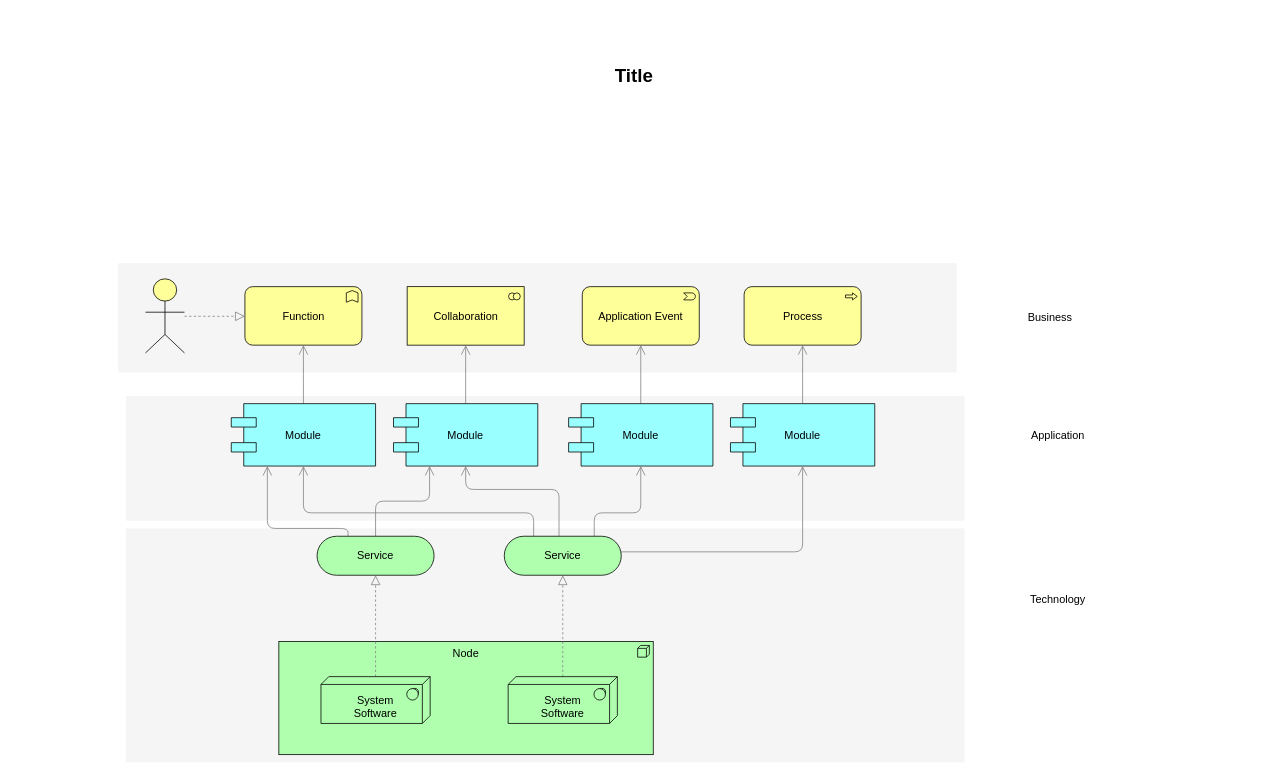
Above: Untitled Diagram.drawio in eden2f/diagrams (draw.io), before the change. Source tidied: cells renumbered, new cells numbered last; positions are measured from the earlier drawing's top-left corner, leaving out a move shared by most shapes. Both pictures are drawn from the tidied source at 78%, with x=0, y=0 at pixel (13, 60).
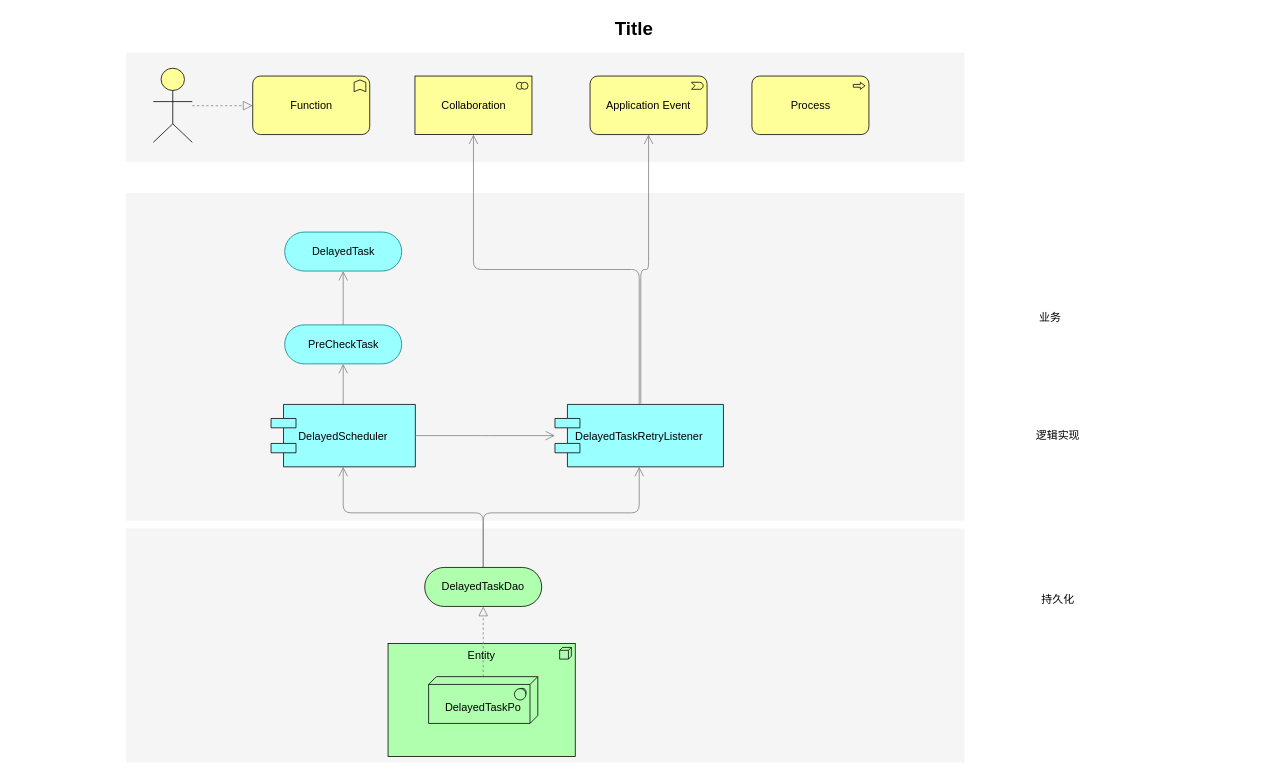
The same diagram, later.

What changed in the source:
```diff
@@
     <mxCell id="3" style="whiteSpace=wrap;html=1;strokeColor=none;strokeWidth=1;fillColor=#f5f5f5;fontSize=14;" parent="1" vertex="1">
-      <mxGeometry x="144" y="430" width="1075" height="160" as="geometry" />
+      <mxGeometry x="144" y="170" width="1075" height="420" as="geometry" />
     </mxCell>
     <mxCell id="4" style="whiteSpace=wrap;html=1;strokeColor=none;strokeWidth=1;fillColor=#f5f5f5;fontSize=14;" parent="1" vertex="1">
-      <mxGeometry x="134" y="260" width="1075" height="140" as="geometry" />
+      <mxGeometry x="144" y="-10" width="1075" height="140" as="geometry" />
     </mxCell>
-    <mxCell id="5" value="Node" style="html=1;whiteSpace=wrap;fillColor=#AFFFAF;shape=mxgraph.archimate3.application;appType=node;archiType=square;fontSize=14;verticalAlign=top;" parent="1" vertex="1">
-      <mxGeometry x="340" y="745" width="480" height="145" as="geometry" />
+    <mxCell id="5" value="Entity" style="html=1;whiteSpace=wrap;fillColor=#AFFFAF;shape=mxgraph.archimate3.application;appType=node;archiType=square;fontSize=14;verticalAlign=top;" parent="1" vertex="1">
+      <mxGeometry x="480" y="747.5" width="240" height="145" as="geometry" />
     </mxCell>
@@
-    <mxCell id="7" value="&lt;div&gt;&lt;br&gt;&lt;/div&gt;System&lt;div&gt;Software&lt;/div&gt;" style="html=1;whiteSpace=wrap;fillColor=#AFFFAF;shape=mxgraph.archimate3.tech;techType=sysSw;fontSize=14;" parent="1" vertex="1">
-      <mxGeometry x="394" y="790" width="140" height="60" as="geometry" />
+    <mxCell id="7" value="&lt;div&gt;&lt;br&gt;&lt;/div&gt;DelayedTaskPo" style="html=1;whiteSpace=wrap;fillColor=#AFFFAF;shape=mxgraph.archimate3.tech;techType=sysSw;fontSize=14;" parent="1" vertex="1">
+      <mxGeometry x="532" y="790" width="140" height="60" as="geometry" />
     </mxCell>
-    <mxCell id="8" style="edgeStyle=elbowEdgeStyle;rounded=1;elbow=vertical;html=1;startSize=10;endArrow=block;endFill=0;endSize=10;jettySize=auto;strokeColor=#808080;fontSize=14;dashed=1;" parent="1" edge="1" source="9" target="17">
-      <mxGeometry relative="1" as="geometry" />
-    </mxCell>
-    <mxCell id="9" value="&lt;div&gt;&lt;br&gt;&lt;/div&gt;&lt;div&gt;&lt;span&gt;System&lt;/span&gt;&lt;div&gt;Software&lt;/div&gt;&lt;/div&gt;" style="html=1;whiteSpace=wrap;fillColor=#AFFFAF;shape=mxgraph.archimate3.tech;techType=sysSw;fontSize=14;" parent="1" vertex="1">
-      <mxGeometry x="634" y="790" width="140" height="60" as="geometry" />
-    </mxCell>
-    <mxCell id="10" style="edgeStyle=elbowEdgeStyle;rounded=1;elbow=vertical;html=1;startSize=10;endArrow=open;endFill=0;endSize=10;jettySize=auto;strokeColor=#808080;fontSize=14;entryX=0.25;entryY=1;" parent="1" edge="1" source="12" target="21">
-      <mxGeometry relative="1" as="geometry" />
+    <mxCell id="10" style="edgeStyle=elbowEdgeStyle;rounded=1;elbow=vertical;html=1;startSize=10;endArrow=open;endFill=0;endSize=10;jettySize=auto;strokeColor=#808080;fontSize=14;entryX=0.5;entryY=1;entryDx=0;entryDy=0;" parent="1" edge="1" source="12" target="21">
+      <mxGeometry relative="1" as="geometry">
+        <Array as="points">
+          <mxPoint x="700" y="580" />
+        </Array>
+      </mxGeometry>
     </mxCell>
-    <mxCell id="11" style="edgeStyle=elbowEdgeStyle;rounded=1;elbow=vertical;html=1;startSize=10;endArrow=open;endFill=0;endSize=10;jettySize=auto;strokeColor=#808080;fontSize=14;entryX=0.25;entryY=1;exitX=0.265;exitY=0.007;exitPerimeter=0;" parent="1" edge="1" source="12" target="19">
+    <mxCell id="11" style="edgeStyle=elbowEdgeStyle;rounded=1;elbow=vertical;html=1;startSize=10;endArrow=open;endFill=0;endSize=10;jettySize=auto;strokeColor=#808080;fontSize=14;exitX=0.5;exitY=0;exitPerimeter=0;entryX=0.5;entryY=1;entryDx=0;entryDy=0;exitDx=0;exitDy=0;" parent="1" edge="1" source="12" target="19">
       <mxGeometry relative="1" as="geometry">
         <Array as="points">
-          <mxPoint x="372" y="600" />
+          <mxPoint x="510" y="580" />
         </Array>
       </mxGeometry>
     </mxCell>
-    <mxCell id="12" value="Service" style="html=1;whiteSpace=wrap;fillColor=#AFFFAF;shape=mxgraph.archimate3.service;fontSize=14;" parent="1" vertex="1">
-      <mxGeometry x="389" y="610" width="150" height="50" as="geometry" />
+    <mxCell id="12" value="DelayedTaskDao" style="html=1;whiteSpace=wrap;fillColor=#AFFFAF;shape=mxgraph.archimate3.service;fontSize=14;" parent="1" vertex="1">
+      <mxGeometry x="527" y="650" width="150" height="50" as="geometry" />
     </mxCell>
-    <mxCell id="13" style="edgeStyle=elbowEdgeStyle;rounded=1;elbow=vertical;html=1;startSize=10;endArrow=open;endFill=0;endSize=10;jettySize=auto;strokeColor=#808080;fontSize=14;" parent="1" edge="1" source="17" target="25">
-      <mxGeometry relative="1" as="geometry">
-        <Array as="points">
-          <mxPoint x="859" y="630" />
-        </Array>
-      </mxGeometry>
-    </mxCell>
-    <mxCell id="14" style="edgeStyle=elbowEdgeStyle;rounded=1;elbow=vertical;html=1;startSize=10;endArrow=open;endFill=0;endSize=10;jettySize=auto;strokeColor=#808080;fontSize=14;entryX=0.5;entryY=1;exitX=0.769;exitY=0.025;exitPerimeter=0;" parent="1" edge="1" source="17" target="23">
-      <mxGeometry relative="1" as="geometry">
-        <Array as="points">
-          <mxPoint x="759" y="580" />
-        </Array>
-      </mxGeometry>
-    </mxCell>
-    <mxCell id="15" style="edgeStyle=elbowEdgeStyle;rounded=1;elbow=vertical;html=1;startSize=10;endArrow=open;endFill=0;endSize=10;jettySize=auto;strokeColor=#808080;fontSize=14;entryX=0.5;entryY=1;exitX=0.468;exitY=0.025;exitPerimeter=0;" parent="1" edge="1" source="17" target="21">
-      <mxGeometry relative="1" as="geometry">
-        <Array as="points">
-          <mxPoint x="649" y="550" />
-        </Array>
-      </mxGeometry>
-    </mxCell>
-    <mxCell id="16" style="edgeStyle=elbowEdgeStyle;rounded=1;elbow=vertical;html=1;startSize=10;endArrow=open;endFill=0;endSize=10;jettySize=auto;strokeColor=#808080;fontSize=14;exitX=0.251;exitY=0.002;exitPerimeter=0;" parent="1" edge="1" source="17" target="19">
-      <mxGeometry relative="1" as="geometry">
-        <Array as="points">
-          <mxPoint x="539" y="580" />
-        </Array>
-      </mxGeometry>
-    </mxCell>
-    <mxCell id="17" value="Service" style="html=1;whiteSpace=wrap;fillColor=#AFFFAF;shape=mxgraph.archimate3.service;fontSize=14;" parent="1" vertex="1">
-      <mxGeometry x="629" y="610" width="150" height="50" as="geometry" />
-    </mxCell>
-    <mxCell id="18" style="edgeStyle=elbowEdgeStyle;rounded=1;elbow=vertical;html=1;startSize=10;endArrow=open;endFill=0;endSize=10;jettySize=auto;strokeColor=#808080;fontSize=14;" parent="1" edge="1" source="19" target="26">
+    <mxCell id="18" style="edgeStyle=elbowEdgeStyle;rounded=1;elbow=vertical;html=1;startSize=10;endArrow=open;endFill=0;endSize=10;jettySize=auto;strokeColor=#808080;fontSize=14;entryX=0.5;entryY=1;entryDx=0;entryDy=0;entryPerimeter=0;" parent="1" edge="1" source="19" target="36">
       <mxGeometry relative="1" as="geometry" />
     </mxCell>
-    <mxCell id="19" value="Module" style="shape=component;align=center;fillColor=#99ffff;gradientColor=none;fontSize=14;" parent="1" vertex="1">
-      <mxGeometry x="279" y="440" width="185" height="80" as="geometry" />
+    <mxCell id="19" value="DelayedScheduler" style="shape=component;align=center;fillColor=#99ffff;gradientColor=none;fontSize=14;" parent="1" vertex="1">
+      <mxGeometry x="330" y="441" width="185" height="80" as="geometry" />
     </mxCell>
@@
-    <mxCell id="21" value="Module" style="shape=component;align=center;fillColor=#99ffff;gradientColor=none;fontSize=14;" parent="1" vertex="1">
-      <mxGeometry x="487" y="440" width="185" height="80" as="geometry" />
+    <mxCell id="21" value="DelayedTaskRetryListener" style="shape=component;align=center;fillColor=#99ffff;gradientColor=none;fontSize=14;" parent="1" vertex="1">
+      <mxGeometry x="694" y="441" width="216" height="80" as="geometry" />
     </mxCell>
-    <mxCell id="22" style="edgeStyle=elbowEdgeStyle;rounded=1;elbow=vertical;html=1;startSize=10;endArrow=open;endFill=0;endSize=10;jettySize=auto;strokeColor=#808080;fontSize=14;" parent="1" edge="1" source="23" target="28">
-      <mxGeometry relative="1" as="geometry" />
+    <mxCell id="22" style="edgeStyle=elbowEdgeStyle;rounded=1;elbow=vertical;html=1;startSize=10;endArrow=open;endFill=0;endSize=10;jettySize=auto;strokeColor=#808080;fontSize=14;" parent="1" edge="1" target="28">
+      <mxGeometry relative="1" as="geometry">
+        <mxPoint x="804" y="440" as="sourcePoint" />
+      </mxGeometry>
     </mxCell>
-    <mxCell id="23" value="Module" style="shape=component;align=center;fillColor=#99ffff;gradientColor=none;fontSize=14;" parent="1" vertex="1">
-      <mxGeometry x="711.5" y="440" width="185" height="80" as="geometry" />
-    </mxCell>
-    <mxCell id="24" style="edgeStyle=elbowEdgeStyle;rounded=1;elbow=vertical;html=1;startSize=10;endArrow=open;endFill=0;endSize=10;jettySize=auto;strokeColor=#808080;fontSize=14;" parent="1" edge="1" source="25" target="29">
+    <mxCell id="24" style="edgeStyle=elbowEdgeStyle;rounded=1;elbow=vertical;html=1;startSize=10;endArrow=open;endFill=0;endSize=10;jettySize=auto;strokeColor=#808080;fontSize=14;" parent="1" edge="1" source="36" target="37">
       <mxGeometry relative="1" as="geometry" />
     </mxCell>
-    <mxCell id="25" value="Module" style="shape=component;align=center;fillColor=#99ffff;gradientColor=none;fontSize=14;" parent="1" vertex="1">
-      <mxGeometry x="919" y="440" width="185" height="80" as="geometry" />
-    </mxCell>
     <mxCell id="26" value="Function" style="html=1;whiteSpace=wrap;fillColor=#ffff99;shape=mxgraph.archimate3.application;appType=func;archiType=rounded;fontSize=14;" parent="1" vertex="1">
-      <mxGeometry x="296.5" y="290" width="150" height="75" as="geometry" />
+      <mxGeometry x="306.5" y="20" width="150" height="75" as="geometry" />
     </mxCell>
     <mxCell id="27" value="Collaboration" style="html=1;whiteSpace=wrap;fillColor=#ffff99;shape=mxgraph.archimate3.application;appType=collab;archiType=square;fontSize=14;" parent="1" vertex="1">
-      <mxGeometry x="504.5" y="290" width="150" height="75" as="geometry" />
+      <mxGeometry x="514.5" y="20" width="150" height="75" as="geometry" />
     </mxCell>
     <mxCell id="28" value="Application Event" style="html=1;whiteSpace=wrap;fillColor=#ffff99;shape=mxgraph.archimate3.application;appType=event;archiType=rounded;fontSize=14;" parent="1" vertex="1">
-      <mxGeometry x="729" y="290" width="150" height="75" as="geometry" />
+      <mxGeometry x="739" y="20" width="150" height="75" as="geometry" />
     </mxCell>
     <mxCell id="29" value="Process" style="html=1;whiteSpace=wrap;fillColor=#ffff99;shape=mxgraph.archimate3.application;appType=proc;archiType=rounded;fontSize=14;" parent="1" vertex="1">
-      <mxGeometry x="936.5" y="290" width="150" height="75" as="geometry" />
+      <mxGeometry x="946.5" y="20" width="150" height="75" as="geometry" />
     </mxCell>
-    <mxCell id="30" value="Technology" style="text;html=1;strokeColor=none;fillColor=none;align=center;verticalAlign=middle;whiteSpace=wrap;fontSize=14;" parent="1" vertex="1">
+    <mxCell id="30" value="持久化" style="text;html=1;strokeColor=none;fillColor=none;align=center;verticalAlign=middle;whiteSpace=wrap;fontSize=14;" parent="1" vertex="1">
       <mxGeometry x="1219" y="681" width="240" height="20" as="geometry" />
     </mxCell>
-    <mxCell id="31" value="Application" style="text;html=1;strokeColor=none;fillColor=none;align=center;verticalAlign=middle;whiteSpace=wrap;fontSize=14;" parent="1" vertex="1">
+    <mxCell id="31" value="逻辑实现" style="text;html=1;strokeColor=none;fillColor=none;align=center;verticalAlign=middle;whiteSpace=wrap;fontSize=14;" parent="1" vertex="1">
       <mxGeometry x="1219" y="471" width="240" height="20" as="geometry" />
     </mxCell>
-    <mxCell id="32" value="Business" style="text;html=1;strokeColor=none;fillColor=none;align=center;verticalAlign=middle;whiteSpace=wrap;fontSize=14;" parent="1" vertex="1">
+    <mxCell id="32" value="业务" style="text;html=1;strokeColor=none;fillColor=none;align=center;verticalAlign=middle;whiteSpace=wrap;fontSize=14;" parent="1" vertex="1">
       <mxGeometry x="1209" y="319" width="240" height="20" as="geometry" />
     </mxCell>
@@
     <mxCell id="34" style="html=1;whiteSpace=wrap;fillColor=#ffff99;shape=mxgraph.archimate3.actor;fontSize=14;" parent="1" vertex="1">
-      <mxGeometry x="169" y="280" width="50" height="95" as="geometry" />
+      <mxGeometry x="179" y="10" width="50" height="95" as="geometry" />
     </mxCell>
     <mxCell id="35" value="Title" style="text;strokeColor=none;fillColor=none;html=1;fontSize=24;fontStyle=1;verticalAlign=middle;align=center;" parent="1" vertex="1">
-      <mxGeometry width="1590" height="40" as="geometry" />
+      <mxGeometry y="-60" width="1590" height="40" as="geometry" />
     </mxCell>
+    <mxCell id="36" value="PreCheckTask" style="html=1;whiteSpace=wrap;shape=mxgraph.archimate3.service;fontSize=14;strokeColor=#0e8088;fillColor=#99FFFF;" parent="1" vertex="1">
+      <mxGeometry x="347.5" y="339" width="150" height="50" as="geometry" />
+    </mxCell>
+    <mxCell id="37" value="DelayedTask" style="html=1;whiteSpace=wrap;shape=mxgraph.archimate3.service;fontSize=14;strokeColor=#0e8088;fillColor=#99FFFF;" parent="1" vertex="1">
+      <mxGeometry x="347.5" y="220" width="150" height="50" as="geometry" />
+    </mxCell>
+    <mxCell id="38" style="edgeStyle=elbowEdgeStyle;rounded=1;elbow=vertical;html=1;startSize=10;endArrow=open;endFill=0;endSize=10;jettySize=auto;strokeColor=#808080;fontSize=14;" parent="1" edge="1" source="19" target="21">
+      <mxGeometry relative="1" as="geometry">
+        <Array as="points">
+          <mxPoint x="600" y="481" />
+        </Array>
+      </mxGeometry>
+    </mxCell>
```
